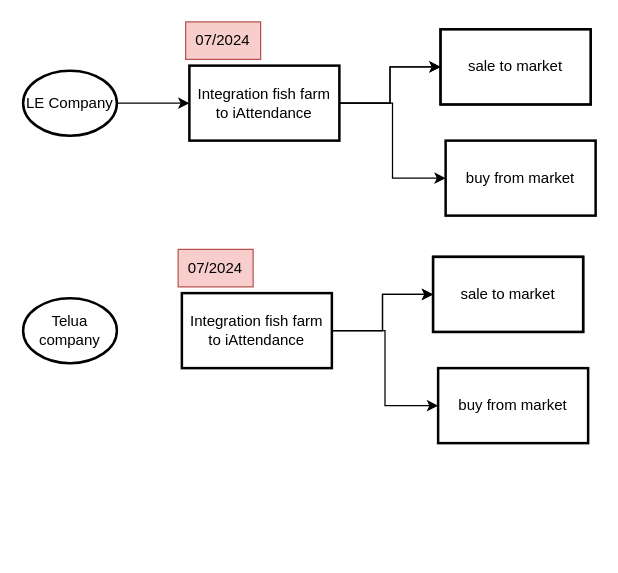
Before: Le_company_plan_2024.drawio in letrthang/design, a draw.io diagram. Source tidied: cells renumbered, new cells numbered last; positions are measured from the earlier drawing's top-left corner, leaving out a move shared by most shapes. Both pictures are drawn from the tidied source at 125%, with x=0, y=0 at pixel (22, 21).
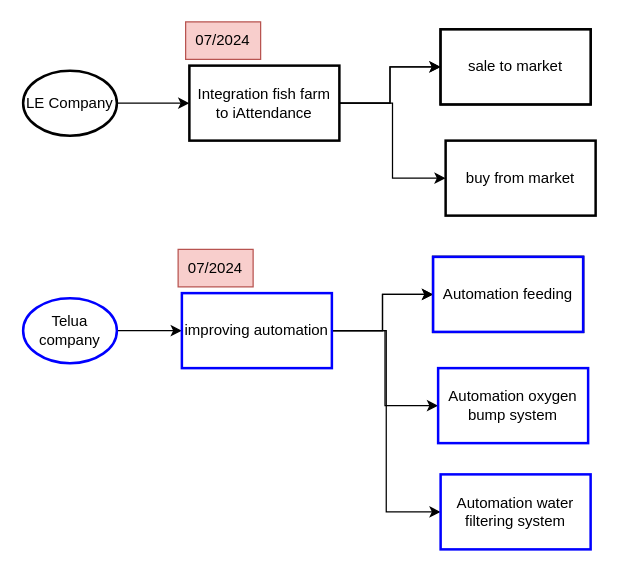
The same diagram, later.

What changed in the source:
```diff
@@
+    <mxCell id="21" style="edgeStyle=orthogonalEdgeStyle;rounded=0;jettySize=auto;html=1;entryX=0;entryY=0.5;entryDx=0;entryDy=0;" parent="1" edge="1" source="12" target="16">
+      <mxGeometry relative="1" as="geometry" />
+    </mxCell>
-    <mxCell id="12" value="Telua company" style="strokeWidth=2;html=1;shape=mxgraph.flowchart.start_2;whiteSpace=wrap;" parent="1" vertex="1">
+    <mxCell id="12" value="Telua company" style="strokeWidth=2;html=1;shape=mxgraph.flowchart.start_2;whiteSpace=wrap;strokeColor=#0000FF;" parent="1" vertex="1">
       <mxGeometry y="221" width="75" height="52" as="geometry" />
     </mxCell>
@@
+    <mxCell id="22" style="edgeStyle=orthogonalEdgeStyle;rounded=0;jettySize=auto;html=1;entryX=0;entryY=0.5;entryDx=0;entryDy=0;" parent="1" edge="1" source="16" target="23">
+      <mxGeometry relative="1" as="geometry" />
+    </mxCell>
-    <mxCell id="16" value="Integration fish farm to iAttendance" style="whiteSpace=wrap;html=1;strokeWidth=2;" parent="1" vertex="1">
+    <mxCell id="16" value="improving automation" style="whiteSpace=wrap;html=1;strokeWidth=2;strokeColor=#0000FF;" parent="1" vertex="1">
       <mxGeometry x="127" y="217" width="120" height="60" as="geometry" />
     </mxCell>
@@
-    <mxCell id="19" value="sale to market" style="whiteSpace=wrap;html=1;strokeWidth=2;" parent="1" vertex="1">
+    <mxCell id="19" value="Automation feeding" style="whiteSpace=wrap;html=1;strokeWidth=2;strokeColor=#0000FF;" parent="1" vertex="1">
       <mxGeometry x="328" y="188" width="120" height="60" as="geometry" />
     </mxCell>
-    <mxCell id="20" value="buy from market" style="whiteSpace=wrap;html=1;strokeWidth=2;" parent="1" vertex="1">
+    <mxCell id="20" value="Automation oxygen bump system" style="whiteSpace=wrap;html=1;strokeWidth=2;strokeColor=#0000FF;" parent="1" vertex="1">
       <mxGeometry x="332" y="277" width="120" height="60" as="geometry" />
     </mxCell>
+    <mxCell id="23" value="Automation water filtering system" style="whiteSpace=wrap;html=1;strokeWidth=2;strokeColor=#0000FF;" parent="1" vertex="1">
+      <mxGeometry x="334" y="362" width="120" height="60" as="geometry" />
+    </mxCell>
```
